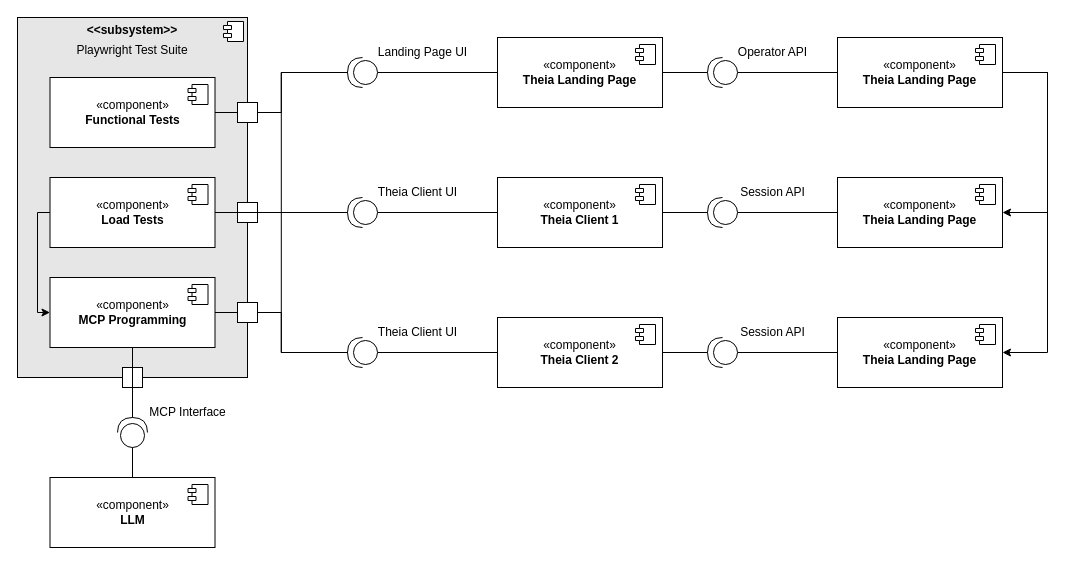
Before: figures/proposal/Component_Diagram.drawio in tobikli/ba-thesis, a draw.io diagram. Source tidied: cells renumbered, new cells numbered last; positions are measured from the earlier drawing's top-left corner, leaving out a move shared by most shapes. Both pictures are drawn from the tidied source at 100%, with x=0, y=0 at pixel (17, 17).
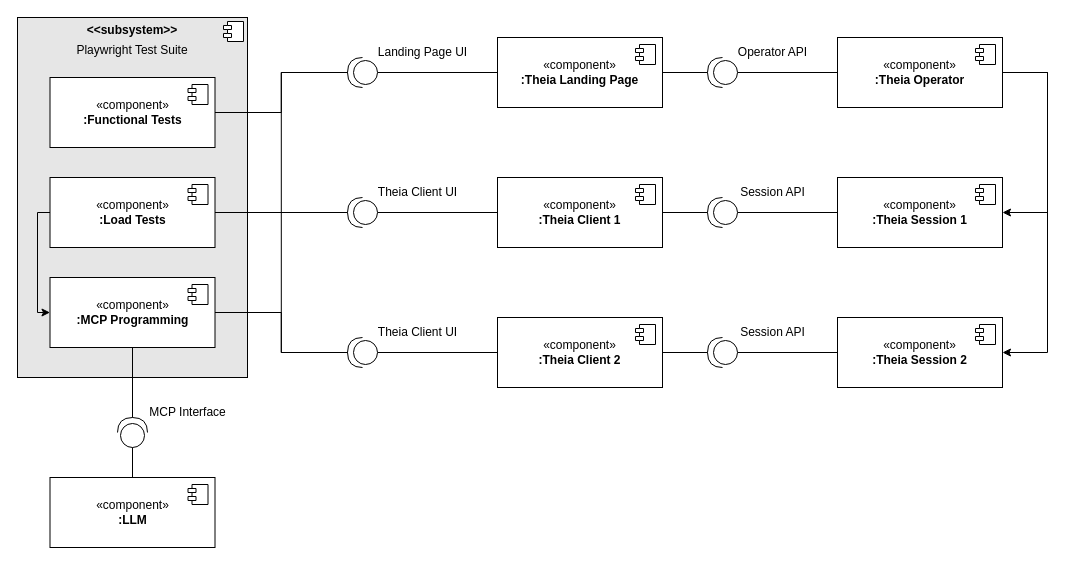
After the change.

What changed in the source:
```diff
@@
-    <mxCell id="5" value="«component»&lt;br&gt;&lt;b&gt;Functional Tests&lt;/b&gt;" style="html=1;whiteSpace=wrap;" parent="1" vertex="1">
+    <mxCell id="5" value="«component»&lt;br&gt;&lt;b&gt;:Functional Tests&lt;/b&gt;" style="html=1;whiteSpace=wrap;" parent="1" vertex="1">
       <mxGeometry x="32.5" y="60" width="165" height="70" as="geometry" />
     </mxCell>
@@
-    <mxCell id="8" value="«component»&lt;br&gt;&lt;b&gt;Load Tests&lt;/b&gt;" style="html=1;whiteSpace=wrap;" parent="1" vertex="1">
+    <mxCell id="8" value="«component»&lt;br&gt;&lt;b&gt;:Load Tests&lt;/b&gt;" style="html=1;whiteSpace=wrap;" parent="1" vertex="1">
       <mxGeometry x="32.5" y="160" width="165" height="70" as="geometry" />
     </mxCell>
@@
-    <mxCell id="11" value="«component»&lt;br&gt;&lt;b&gt;MCP Programming&lt;/b&gt;" style="html=1;whiteSpace=wrap;" parent="1" vertex="1">
+    <mxCell id="11" value="«component»&lt;br&gt;&lt;b&gt;:MCP Programming&lt;/b&gt;" style="html=1;whiteSpace=wrap;" parent="1" vertex="1">
       <mxGeometry x="32.5" y="260" width="165" height="70" as="geometry" />
     </mxCell>
@@
-    <mxCell id="15" style="rounded=0;whiteSpace=wrap;html=1;" parent="1" vertex="1">
-      <mxGeometry x="105" y="350" width="20" height="20" as="geometry" />
-    </mxCell>
@@
-    <mxCell id="19" value="«component»&lt;br&gt;&lt;b&gt;LLM&lt;/b&gt;" style="html=1;whiteSpace=wrap;" parent="1" vertex="1">
+    <mxCell id="19" value="«component»&lt;br&gt;&lt;b&gt;:LLM&lt;/b&gt;" style="html=1;whiteSpace=wrap;" parent="1" vertex="1">
       <mxGeometry x="32.5" y="460" width="165" height="70" as="geometry" />
     </mxCell>
@@
-    <mxCell id="31" value="«component»&lt;br&gt;&lt;b&gt;Theia Landing Page&lt;/b&gt;" style="html=1;whiteSpace=wrap;" parent="1" vertex="1">
+    <mxCell id="31" value="«component»&lt;br&gt;&lt;b&gt;:Theia Landing Page&lt;/b&gt;" style="html=1;whiteSpace=wrap;" parent="1" vertex="1">
       <mxGeometry x="480" y="20" width="165" height="70" as="geometry" />
     </mxCell>
@@
-    <mxCell id="34" value="«component»&lt;br&gt;&lt;b&gt;Theia Client 1&lt;/b&gt;" style="html=1;whiteSpace=wrap;" parent="1" vertex="1">
+    <mxCell id="34" value="«component»&lt;br&gt;&lt;b&gt;:Theia Client 1&lt;/b&gt;" style="html=1;whiteSpace=wrap;" parent="1" vertex="1">
       <mxGeometry x="480" y="160" width="165" height="70" as="geometry" />
     </mxCell>
@@
-    <mxCell id="37" value="«component»&lt;br&gt;&lt;b&gt;Theia Client 2&lt;/b&gt;" style="html=1;whiteSpace=wrap;" parent="1" vertex="1">
+    <mxCell id="37" value="«component»&lt;br&gt;&lt;b&gt;:Theia Client 2&lt;/b&gt;" style="html=1;whiteSpace=wrap;" parent="1" vertex="1">
       <mxGeometry x="480" y="300" width="165" height="70" as="geometry" />
     </mxCell>
@@
-    <mxCell id="41" value="«component»&lt;br&gt;&lt;b&gt;Theia Landing Page&lt;/b&gt;" style="html=1;whiteSpace=wrap;" parent="1" vertex="1">
+    <mxCell id="41" value="«component»&lt;br&gt;&lt;b&gt;:Theia Operator&lt;/b&gt;" style="html=1;whiteSpace=wrap;" parent="1" vertex="1">
       <mxGeometry x="820" y="20" width="165" height="70" as="geometry" />
     </mxCell>
@@
-    <mxCell id="43" style="rounded=0;whiteSpace=wrap;html=1;" parent="1" vertex="1">
-      <mxGeometry x="220" y="285" width="20" height="20" as="geometry" />
-    </mxCell>
-    <mxCell id="44" style="rounded=0;whiteSpace=wrap;html=1;" parent="1" vertex="1">
-      <mxGeometry x="220" y="185" width="20" height="20" as="geometry" />
-    </mxCell>
-    <mxCell id="45" style="rounded=0;whiteSpace=wrap;html=1;" parent="1" vertex="1">
-      <mxGeometry x="220" y="85" width="20" height="20" as="geometry" />
-    </mxCell>
@@
-    <mxCell id="58" value="«component»&lt;br&gt;&lt;b&gt;Theia Landing Page&lt;/b&gt;" style="html=1;whiteSpace=wrap;" parent="1" vertex="1">
+    <mxCell id="58" value="«component»&lt;br&gt;&lt;b&gt;:Theia Session 1&lt;/b&gt;" style="html=1;whiteSpace=wrap;" parent="1" vertex="1">
       <mxGeometry x="820" y="160" width="165" height="70" as="geometry" />
     </mxCell>
@@
-    <mxCell id="60" value="«component»&lt;br&gt;&lt;b&gt;Theia Landing Page&lt;/b&gt;" style="html=1;whiteSpace=wrap;" parent="1" vertex="1">
+    <mxCell id="60" value="«component»&lt;br&gt;&lt;b&gt;:Theia Session 2&lt;/b&gt;" style="html=1;whiteSpace=wrap;" parent="1" vertex="1">
       <mxGeometry x="820" y="300" width="165" height="70" as="geometry" />
     </mxCell>
```
